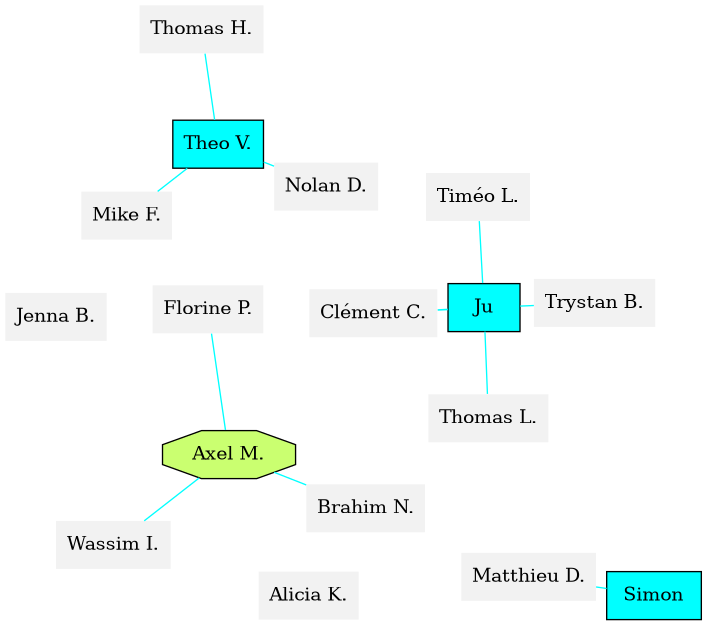
Earlier version of the Graphviz export jumpers_STUDENT.dot.png (GuilhemRep/sauts). Its source is kept beside it as jumpers_STUDENT.dot.
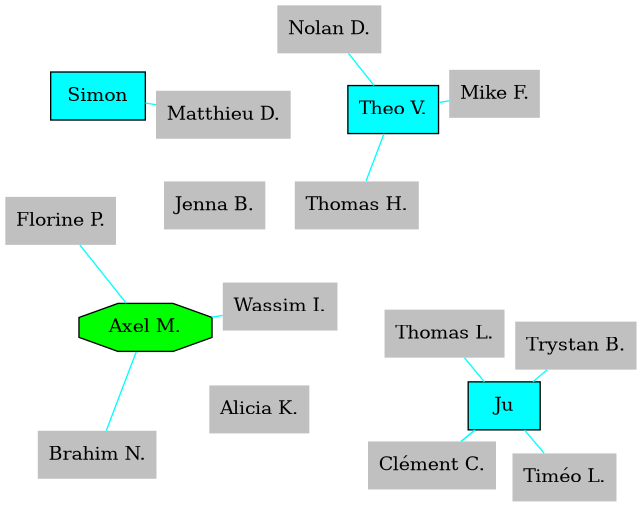
Above is the later version.

Change to the diagram source:
```diff
@@ -1,22 +1,22 @@
 graph Jumpers {
 	graph [overlap=false ratio=1 size="15,15" splines=true]
-	"Clément C." [fillcolor=gray95 shape=none style=filled]
-	"Trystan B." [fillcolor=gray95 shape=none style=filled]
-	"Matthieu D." [fillcolor=gray95 shape=none style=filled]
-	"Wassim I." [fillcolor=gray95 shape=none style=filled]
-	"Mike F." [fillcolor=gray95 shape=none style=filled]
-	"Brahim N." [fillcolor=gray95 shape=none style=filled]
-	"Nolan D." [fillcolor=gray95 shape=none style=filled]
-	"Alicia K." [fillcolor=gray95 shape=none style=filled]
+	" Simon " [fillcolor=cyan shape=rectangle style=filled]
+	"Clément C." [fillcolor=gray shape=none style=filled]
+	"Timéo L." [fillcolor=gray shape=none style=filled]
+	"Jenna B." [fillcolor=gray shape=none style=filled]
+	"Axel M." [fillcolor=green shape=octagon style=filled]
+	"Wassim I." [fillcolor=gray shape=none style=filled]
 	"Theo V." [fillcolor=cyan shape=rectangle style=filled]
-	"Thomas L." [fillcolor=gray95 shape=none style=filled]
-	"Axel M." [fillcolor=darkolivegreen1 shape=octagon style=filled]
-	"Jenna B." [fillcolor=gray95 shape=none style=filled]
-	"Timéo L." [fillcolor=gray95 shape=none style=filled]
-	"Florine P." [fillcolor=gray95 shape=none style=filled]
-	"Thomas H." [fillcolor=gray95 shape=none style=filled]
-	" Simon " [fillcolor=cyan shape=rectangle style=filled]
+	"Mike F." [fillcolor=gray shape=none style=filled]
+	"Brahim N." [fillcolor=gray shape=none style=filled]
 	" Ju " [fillcolor=cyan shape=rectangle style=filled]
+	"Thomas H." [fillcolor=gray shape=none style=filled]
+	"Matthieu D." [fillcolor=gray shape=none style=filled]
+	"Thomas L." [fillcolor=gray shape=none style=filled]
+	"Trystan B." [fillcolor=gray shape=none style=filled]
+	"Florine P." [fillcolor=gray shape=none style=filled]
+	"Alicia K." [fillcolor=gray shape=none style=filled]
+	"Nolan D." [fillcolor=gray shape=none style=filled]
 	" Ju " -- "Thomas L." [color=cyan len=1.5 penwidth=1.0]
 	"Mike F." -- "Theo V." [color=cyan len=1.5 penwidth=1.0]
 	" Ju " -- "Clément C." [color=cyan len=1.5 penwidth=1.2071067811865475]
```
